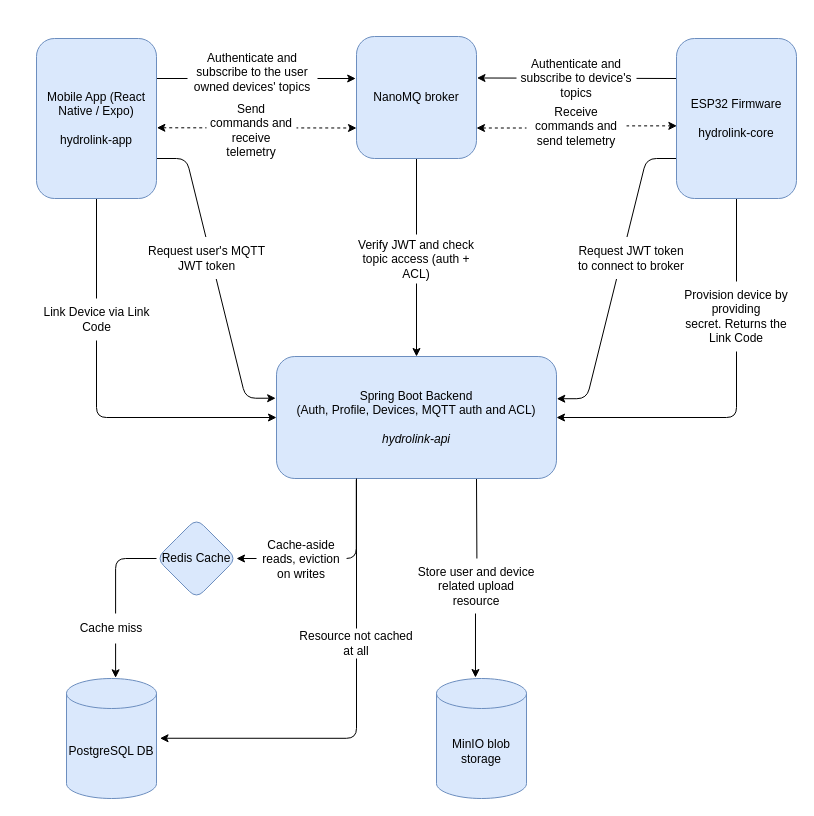
Before: diagrams/hl-system-design.drawio in ivfrost/hydrolink-api, a draw.io diagram. Source tidied: cells renumbered, new cells numbered last; positions are measured from the earlier drawing's top-left corner, leaving out a move shared by most shapes. Both pictures are drawn from the tidied source at 100%, with x=0, y=0 at pixel (36, 36).
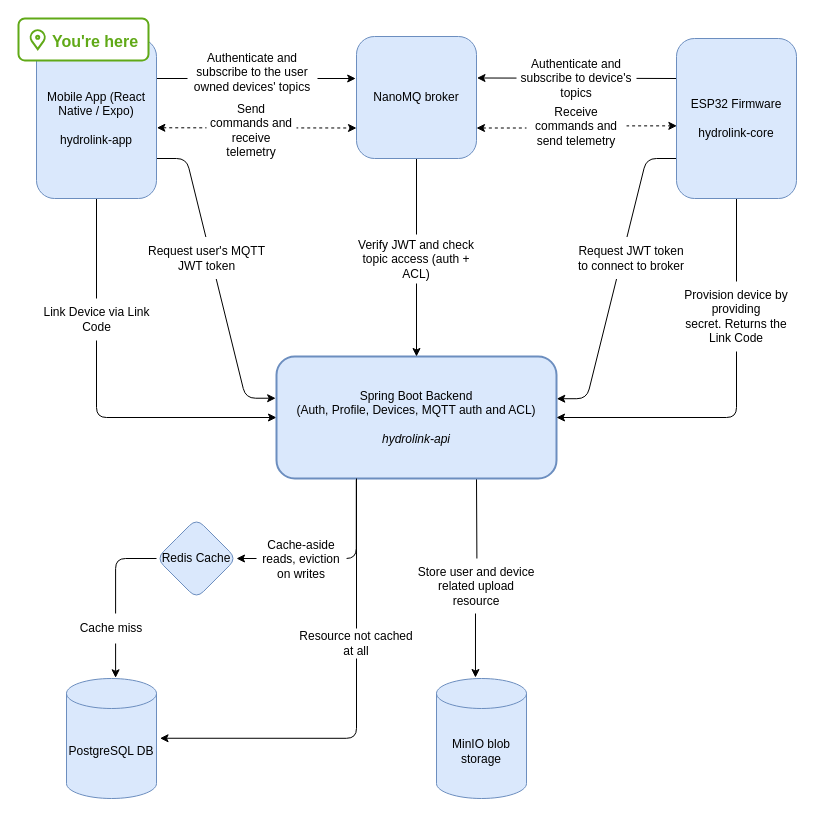
After the change.

Commit message (it also covers changes not shown here):
docs: update system design diagram with current project indicator

What changed in the source:
```diff
@@
-    <mxCell id="9" value="&lt;div&gt;Spring Boot Backend&lt;/div&gt;&lt;div&gt;(Auth, Profile, Devices, MQTT auth and ACL)&lt;/div&gt;&lt;div&gt;&lt;br&gt;&lt;/div&gt;&lt;div&gt;&lt;i style=&quot;color: light-dark(rgb(0, 0, 0), rgb(185, 224, 165));&quot;&gt;hydrolink-api&lt;/i&gt;&lt;/div&gt;" style="rounded=1;whiteSpace=wrap;html=1;fontFamily=Helvetica;labelBackgroundColor=none;curved=0;fillColor=#dae8fc;strokeColor=#6c8ebf;" parent="1" vertex="1">
+    <mxCell id="9" value="&lt;div&gt;Spring Boot Backend&lt;/div&gt;&lt;div&gt;(Auth, Profile, Devices, MQTT auth and ACL)&lt;/div&gt;&lt;div&gt;&lt;br&gt;&lt;/div&gt;&lt;div&gt;&lt;i style=&quot;color: light-dark(rgb(0, 0, 0), rgb(185, 224, 165));&quot;&gt;hydrolink-api&lt;/i&gt;&lt;/div&gt;" style="rounded=1;whiteSpace=wrap;html=1;fontFamily=Helvetica;labelBackgroundColor=none;curved=0;fillColor=#dae8fc;strokeColor=light-dark(#6C8EBF,#6C8EBF);strokeWidth=2;" parent="1" vertex="1">
       <mxGeometry x="240" y="320" width="280" height="122" as="geometry" />
     </mxCell>
@@
+    <mxCell id="35" style="rounded=1;whiteSpace=wrap;html=1;strokeColor=light-dark(#60A917,#97D077);fillColor=light-dark(#FFFFFF,#0D1117);strokeWidth=2;" parent="1" vertex="1">
+      <mxGeometry x="-18" y="-18" width="130" height="42" as="geometry" />
+    </mxCell>
+    <mxCell id="36" style="html=1;verticalLabelPosition=bottom;align=center;labelBackgroundColor=default;verticalAlign=top;strokeWidth=2;shadow=0;dashed=0;shape=mxgraph.ios7.icons.location;labelBorderColor=light-dark(#60a917, #9AC7BF);fillColor=none;strokeColor=light-dark(#60a917, #97D077);fontColor=light-dark(#60a917, #97D077);" parent="1" vertex="1">
+      <mxGeometry x="-6.6" y="-6.8" width="15.6" height="19.5" as="geometry" />
+    </mxCell>
+    <mxCell id="37" value="&lt;font face=&quot;Helvetica&quot;&gt;You're here&lt;/font&gt;" style="text;html=1;whiteSpace=wrap;strokeColor=none;fillColor=none;align=center;verticalAlign=middle;rounded=0;fontStyle=1;fontColor=light-dark(#60a917, #97D077);fontSize=16;" parent="1" vertex="1">
+      <mxGeometry x="9" y="-10" width="100" height="30" as="geometry" />
+    </mxCell>
```
